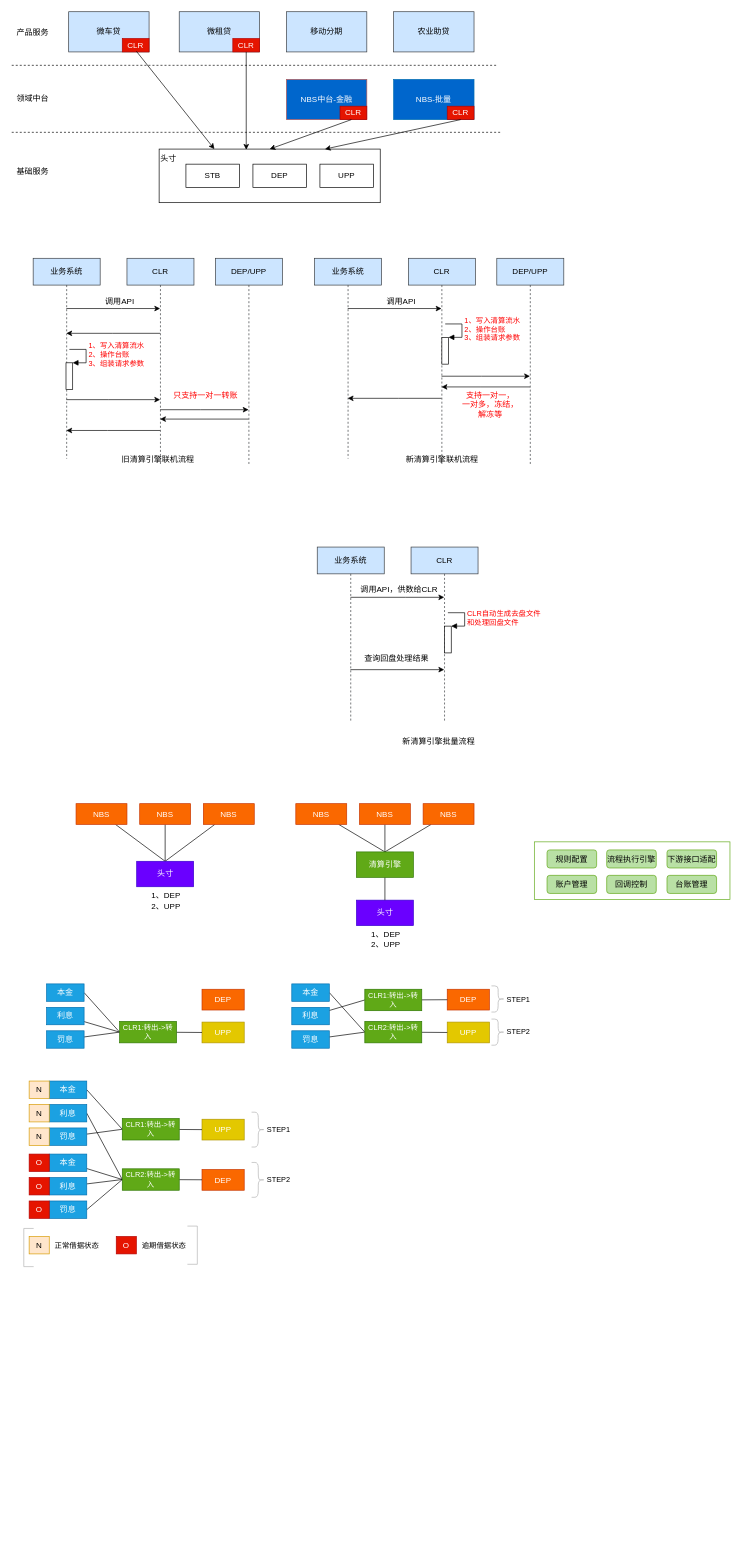
This is 新清算引擎整体定位图.drawio from staconfree/design, a draw.io file, before an edit. Source tidied: cells renumbered, new cells numbered last; positions are measured from the earlier drawing's top-left corner, leaving out a move shared by most shapes. Both pictures are drawn from the tidied source at 67%, with x=0, y=0 at pixel (11, 11).
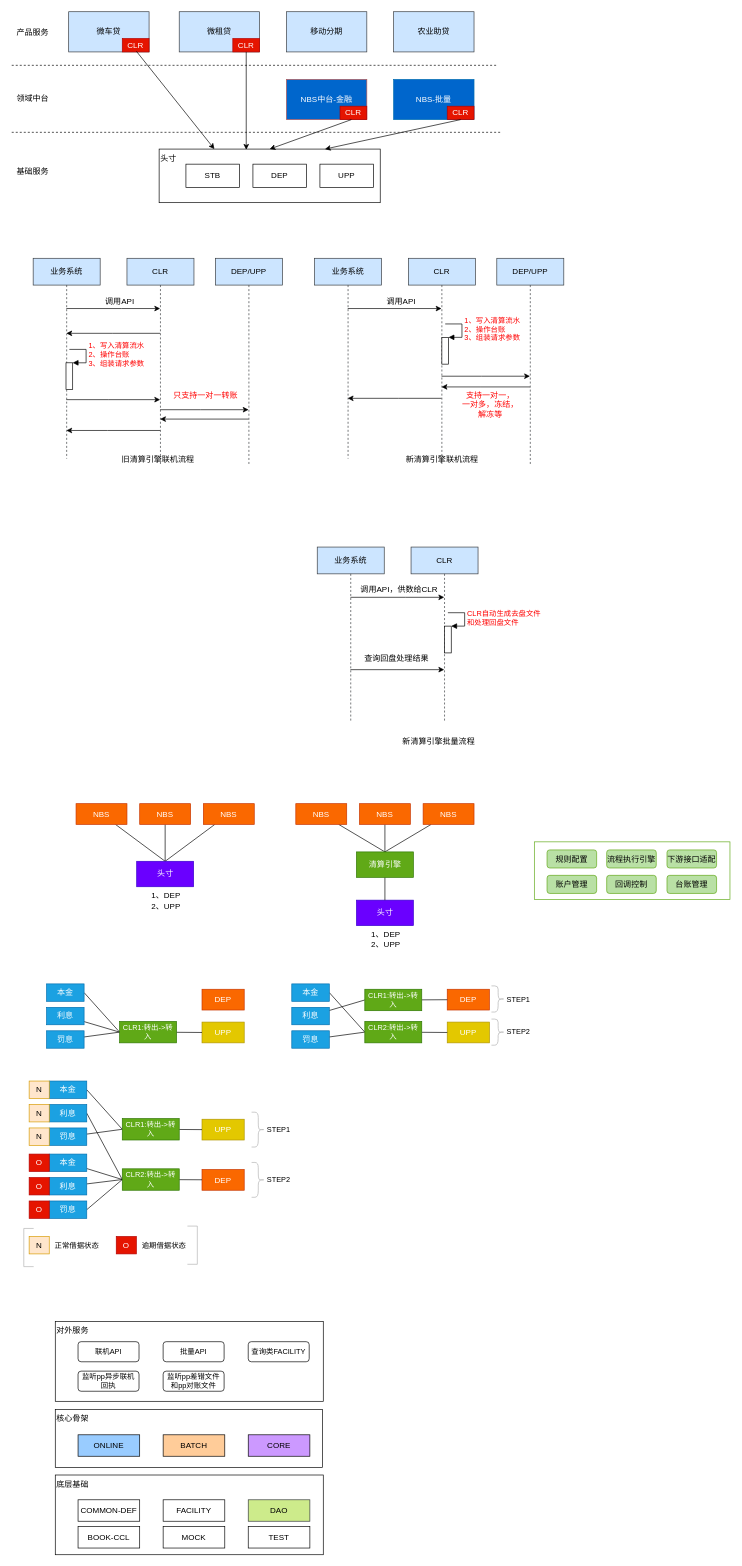
The same diagram, later.

Commit message:
更新新清算引擎整体定位图.drawio

Diff of the diagram source:
```diff
@@
+    <mxCell id="145" value="核心骨架" style="rounded=0;whiteSpace=wrap;html=1;verticalAlign=top;align=left;" parent="1" vertex="1">
+      <mxGeometry x="65" y="2086" width="399" height="87" as="geometry" />
+    </mxCell>
+    <mxCell id="146" value="CORE" style="rounded=0;whiteSpace=wrap;html=1;align=center;verticalAlign=middle;fillColor=#CC99FF;" parent="1" vertex="1">
+      <mxGeometry x="353" y="2124" width="92" height="32" as="geometry" />
+    </mxCell>
+    <mxCell id="147" value="ONLINE" style="rounded=0;whiteSpace=wrap;html=1;align=center;verticalAlign=middle;fillColor=#99CCFF;" parent="1" vertex="1">
+      <mxGeometry x="99" y="2124" width="92" height="32" as="geometry" />
+    </mxCell>
+    <mxCell id="148" value="BATCH" style="rounded=0;whiteSpace=wrap;html=1;align=center;verticalAlign=middle;fillColor=#FFCC99;" parent="1" vertex="1">
+      <mxGeometry x="226" y="2124" width="92" height="32" as="geometry" />
+    </mxCell>
+    <mxCell id="149" value="底层基础" style="rounded=0;whiteSpace=wrap;html=1;verticalAlign=top;align=left;" parent="1" vertex="1">
+      <mxGeometry x="65" y="2184" width="400" height="119" as="geometry" />
+    </mxCell>
+    <mxCell id="150" value="COMMON-DEF" style="rounded=0;whiteSpace=wrap;html=1;align=center;verticalAlign=middle;" parent="1" vertex="1">
+      <mxGeometry x="99" y="2221" width="92" height="32" as="geometry" />
+    </mxCell>
+    <mxCell id="151" value="FACILITY" style="rounded=0;whiteSpace=wrap;html=1;align=center;verticalAlign=middle;" parent="1" vertex="1">
+      <mxGeometry x="226" y="2221" width="92" height="32" as="geometry" />
+    </mxCell>
+    <mxCell id="152" value="DAO" style="rounded=0;whiteSpace=wrap;html=1;align=center;verticalAlign=middle;fillColor=#cdeb8b;strokeColor=#36393d;" parent="1" vertex="1">
+      <mxGeometry x="353" y="2221" width="92" height="32" as="geometry" />
+    </mxCell>
+    <mxCell id="153" value="BOOK-CCL" style="rounded=0;whiteSpace=wrap;html=1;align=center;verticalAlign=middle;" parent="1" vertex="1">
+      <mxGeometry x="99" y="2261" width="92" height="32" as="geometry" />
+    </mxCell>
+    <mxCell id="154" value="对外服务" style="rounded=0;whiteSpace=wrap;html=1;verticalAlign=top;align=left;" parent="1" vertex="1">
+      <mxGeometry x="65" y="1955" width="400" height="119" as="geometry" />
+    </mxCell>
+    <mxCell id="155" value="MOCK" style="rounded=0;whiteSpace=wrap;html=1;align=center;verticalAlign=middle;" parent="1" vertex="1">
+      <mxGeometry x="226" y="2261" width="92" height="32" as="geometry" />
+    </mxCell>
+    <mxCell id="156" value="TEST" style="rounded=0;whiteSpace=wrap;html=1;align=center;verticalAlign=middle;" parent="1" vertex="1">
+      <mxGeometry x="353" y="2261" width="92" height="32" as="geometry" />
+    </mxCell>
+    <mxCell id="157" value="联机API" style="rounded=1;whiteSpace=wrap;html=1;fontSize=11;align=center;" parent="1" vertex="1">
+      <mxGeometry x="99" y="1985" width="91" height="30" as="geometry" />
+    </mxCell>
+    <mxCell id="158" value="批量API" style="rounded=1;whiteSpace=wrap;html=1;fontSize=11;align=center;" parent="1" vertex="1">
+      <mxGeometry x="226" y="1985" width="91" height="30" as="geometry" />
+    </mxCell>
+    <mxCell id="159" value="查询类FACILITY" style="rounded=1;whiteSpace=wrap;html=1;fontSize=11;align=center;" parent="1" vertex="1">
+      <mxGeometry x="353" y="1985" width="91" height="30" as="geometry" />
+    </mxCell>
+    <mxCell id="160" value="监听pp异步联机回执" style="rounded=1;whiteSpace=wrap;html=1;fontSize=11;align=center;" parent="1" vertex="1">
+      <mxGeometry x="99" y="2029" width="91" height="30" as="geometry" />
+    </mxCell>
+    <mxCell id="161" value="监听pp差错文件和pp对账文件" style="rounded=1;whiteSpace=wrap;html=1;fontSize=11;align=center;" parent="1" vertex="1">
+      <mxGeometry x="226" y="2029" width="91" height="30" as="geometry" />
+    </mxCell>
```
